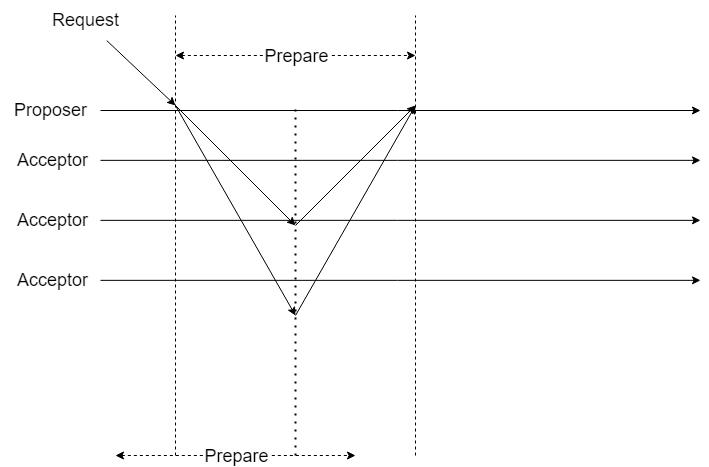
Earlier version of the draw.io export Paxos算法流程.drawio.png (FEDuang/pictures). Source tidied: cells renumbered, new cells last; positions are measured from the earlier drawing's top-left corner, leaving out a move shared by most shapes.
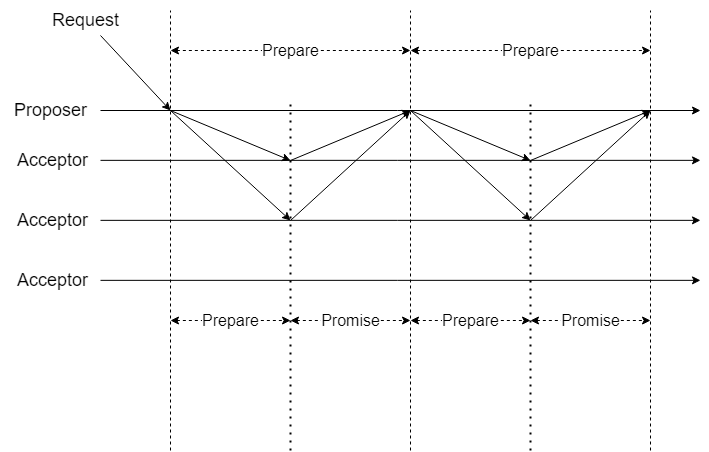
The same file after the commit.

Commit message:
更新Paxos算法流程.drawio.png

The edit, as a diff of the source:
```diff
@@ -38,9 +38,10 @@
     <mxCell id="9" value="&lt;font style=&quot;font-size: 18px;&quot;&gt;&amp;nbsp;Acceptor&lt;br style=&quot;font-size: 18px;&quot;&gt;&lt;/font&gt;" style="text;html=1;align=center;verticalAlign=middle;strokeColor=none;fillColor=none;fontSize=18;" parent="1" vertex="1">
       <mxGeometry y="260" width="100" height="40" as="geometry" />
     </mxCell>
-    <mxCell id="10" style="endArrow=classic;html=1;rounded=0;fontSize=18;" parent="1" edge="1" source="11">
+    <mxCell id="10" style="endArrow=classic;html=1;rounded=0;fontSize=18;" parent="1" edge="1">
       <mxGeometry relative="1" as="geometry">
-        <mxPoint x="175" y="105" as="targetPoint" />
+        <mxPoint x="100" y="35" as="sourcePoint" />
+        <mxPoint x="170" y="110" as="targetPoint" />
       </mxGeometry>
     </mxCell>
     <mxCell id="11" value="Request" style="text;html=1;align=center;verticalAlign=middle;points=[];strokeColor=none;fillColor=none;fontSize=18;" parent="1" vertex="1">
@@ -48,63 +49,135 @@
     </mxCell>
     <mxCell id="12" style="endArrow=none;dashed=1;html=1;rounded=0;fontSize=18;" parent="1" edge="1">
       <mxGeometry relative="1" as="geometry">
-        <mxPoint x="175" y="455" as="sourcePoint" />
-        <mxPoint x="175" y="15" as="targetPoint" />
+        <mxPoint x="170" y="450" as="sourcePoint" />
+        <mxPoint x="170" y="10" as="targetPoint" />
       </mxGeometry>
     </mxCell>
     <mxCell id="13" style="endArrow=classic;html=1;rounded=0;fontSize=18;" parent="1" edge="1">
       <mxGeometry relative="1" as="geometry">
-        <mxPoint x="175" y="105" as="sourcePoint" />
-        <mxPoint x="295" y="225" as="targetPoint" />
+        <mxPoint x="170" y="110" as="sourcePoint" />
+        <mxPoint x="290" y="160" as="targetPoint" />
       </mxGeometry>
     </mxCell>
     <mxCell id="14" style="endArrow=classic;html=1;rounded=0;fontSize=18;" parent="1" edge="1">
       <mxGeometry relative="1" as="geometry">
-        <mxPoint x="175" y="105" as="sourcePoint" />
-        <mxPoint x="295" y="315" as="targetPoint" />
+        <mxPoint x="170" y="110" as="sourcePoint" />
+        <mxPoint x="290" y="220" as="targetPoint" />
       </mxGeometry>
     </mxCell>
     <mxCell id="15" style="endArrow=none;dashed=1;html=1;dashPattern=1 3;strokeWidth=2;rounded=0;fontSize=18;" parent="1" edge="1">
       <mxGeometry relative="1" as="geometry">
-        <mxPoint x="295" y="455" as="sourcePoint" />
-        <mxPoint x="295" y="105" as="targetPoint" />
+        <mxPoint x="290" y="450" as="sourcePoint" />
+        <mxPoint x="290" y="100" as="targetPoint" />
       </mxGeometry>
     </mxCell>
     <mxCell id="16" style="endArrow=none;dashed=1;html=1;rounded=0;fontSize=18;" parent="1" edge="1">
       <mxGeometry relative="1" as="geometry">
-        <mxPoint x="415" y="455" as="sourcePoint" />
-        <mxPoint x="415" y="15" as="targetPoint" />
+        <mxPoint x="410" y="450" as="sourcePoint" />
+        <mxPoint x="410" y="10" as="targetPoint" />
       </mxGeometry>
     </mxCell>
     <mxCell id="17" style="endArrow=classic;html=1;rounded=0;fontSize=18;dashed=1;startArrow=classic;startFill=1;" parent="1" edge="1">
       <mxGeometry relative="1" as="geometry">
-        <mxPoint x="175" y="55" as="sourcePoint" />
-        <mxPoint x="415" y="55" as="targetPoint" />
+        <mxPoint x="170" y="50" as="sourcePoint" />
+        <mxPoint x="410" y="50" as="targetPoint" />
       </mxGeometry>
     </mxCell>
-    <mxCell id="18" value="Prepare" style="edgeLabel;html=1;align=center;verticalAlign=middle;fontSize=18;" parent="17" vertex="1">
+    <mxCell id="18" value="Prepare" style="edgeLabel;html=1;align=center;verticalAlign=middle;fontSize=16;" parent="17" vertex="1">
       <mxGeometry relative="1" as="geometry" />
     </mxCell>
     <mxCell id="19" style="endArrow=classic;html=1;rounded=0;fontSize=18;" parent="1" edge="1">
       <mxGeometry relative="1" as="geometry">
-        <mxPoint x="295" y="225" as="sourcePoint" />
-        <mxPoint x="415" y="105" as="targetPoint" />
+        <mxPoint x="290" y="160" as="sourcePoint" />
+        <mxPoint x="410" y="110" as="targetPoint" />
       </mxGeometry>
     </mxCell>
     <mxCell id="20" style="endArrow=classic;html=1;rounded=0;fontSize=18;" parent="1" edge="1">
       <mxGeometry relative="1" as="geometry">
-        <mxPoint x="295" y="315" as="sourcePoint" />
-        <mxPoint x="415" y="105" as="targetPoint" />
+        <mxPoint x="290" y="220" as="sourcePoint" />
+        <mxPoint x="410" y="110" as="targetPoint" />
       </mxGeometry>
     </mxCell>
     <mxCell id="21" style="endArrow=classic;html=1;rounded=0;fontSize=18;dashed=1;startArrow=classic;startFill=1;" parent="1" edge="1">
       <mxGeometry relative="1" as="geometry">
-        <mxPoint x="115" y="455" as="sourcePoint" />
-        <mxPoint x="355" y="455" as="targetPoint" />
+        <mxPoint x="170" y="320" as="sourcePoint" />
+        <mxPoint x="290" y="320" as="targetPoint" />
       </mxGeometry>
     </mxCell>
-    <mxCell id="22" value="Prepare" style="edgeLabel;html=1;align=center;verticalAlign=middle;fontSize=18;" parent="21" vertex="1">
+    <mxCell id="22" value="Prepare" style="edgeLabel;html=1;align=center;verticalAlign=middle;fontSize=16;" parent="21" vertex="1">
       <mxGeometry relative="1" as="geometry" />
     </mxCell>
+    <mxCell id="23" style="endArrow=classic;html=1;rounded=0;fontSize=18;dashed=1;startArrow=classic;startFill=1;" parent="1" edge="1">
+      <mxGeometry relative="1" as="geometry">
+        <mxPoint x="290" y="320" as="sourcePoint" />
+        <mxPoint x="410" y="320" as="targetPoint" />
+      </mxGeometry>
+    </mxCell>
+    <mxCell id="24" value="Promise" style="edgeLabel;html=1;align=center;verticalAlign=middle;fontSize=16;" parent="23" vertex="1">
+      <mxGeometry relative="1" as="geometry" />
+    </mxCell>
+    <mxCell id="25" style="endArrow=classic;html=1;rounded=0;fontSize=18;" parent="1" edge="1">
+      <mxGeometry relative="1" as="geometry">
+        <mxPoint x="410" y="110" as="sourcePoint" />
+        <mxPoint x="530" y="160" as="targetPoint" />
+      </mxGeometry>
+    </mxCell>
+    <mxCell id="26" style="endArrow=classic;html=1;rounded=0;fontSize=18;" parent="1" edge="1">
+      <mxGeometry relative="1" as="geometry">
+        <mxPoint x="410" y="110" as="sourcePoint" />
+        <mxPoint x="530" y="220" as="targetPoint" />
+      </mxGeometry>
+    </mxCell>
+    <mxCell id="27" style="endArrow=none;dashed=1;html=1;dashPattern=1 3;strokeWidth=2;rounded=0;fontSize=18;" parent="1" edge="1">
+      <mxGeometry relative="1" as="geometry">
+        <mxPoint x="530" y="450" as="sourcePoint" />
+        <mxPoint x="530" y="100" as="targetPoint" />
+      </mxGeometry>
+    </mxCell>
+    <mxCell id="28" style="endArrow=none;dashed=1;html=1;rounded=0;fontSize=18;" parent="1" edge="1">
+      <mxGeometry relative="1" as="geometry">
+        <mxPoint x="650" y="450" as="sourcePoint" />
+        <mxPoint x="650" y="10" as="targetPoint" />
+      </mxGeometry>
+    </mxCell>
+    <mxCell id="29" style="endArrow=classic;html=1;rounded=0;fontSize=18;dashed=1;startArrow=classic;startFill=1;" parent="1" edge="1">
+      <mxGeometry relative="1" as="geometry">
+        <mxPoint x="410" y="50" as="sourcePoint" />
+        <mxPoint x="650" y="50" as="targetPoint" />
+      </mxGeometry>
+    </mxCell>
+    <mxCell id="30" value="Prepare" style="edgeLabel;html=1;align=center;verticalAlign=middle;fontSize=16;" parent="29" vertex="1">
+      <mxGeometry relative="1" as="geometry" />
+    </mxCell>
+    <mxCell id="31" style="endArrow=classic;html=1;rounded=0;fontSize=18;" parent="1" edge="1">
+      <mxGeometry relative="1" as="geometry">
+        <mxPoint x="530" y="160" as="sourcePoint" />
+        <mxPoint x="650" y="110" as="targetPoint" />
+      </mxGeometry>
+    </mxCell>
+    <mxCell id="32" style="endArrow=classic;html=1;rounded=0;fontSize=18;" parent="1" edge="1">
+      <mxGeometry relative="1" as="geometry">
+        <mxPoint x="530" y="220" as="sourcePoint" />
+        <mxPoint x="650" y="110" as="targetPoint" />
+      </mxGeometry>
+    </mxCell>
+    <mxCell id="33" style="endArrow=classic;html=1;rounded=0;fontSize=18;dashed=1;startArrow=classic;startFill=1;" parent="1" edge="1">
+      <mxGeometry relative="1" as="geometry">
+        <mxPoint x="410" y="320" as="sourcePoint" />
+        <mxPoint x="530" y="320" as="targetPoint" />
+      </mxGeometry>
+    </mxCell>
+    <mxCell id="34" value="Prepare" style="edgeLabel;html=1;align=center;verticalAlign=middle;fontSize=16;" parent="33" vertex="1">
+      <mxGeometry relative="1" as="geometry" />
+    </mxCell>
+    <mxCell id="35" style="endArrow=classic;html=1;rounded=0;fontSize=18;dashed=1;startArrow=classic;startFill=1;" parent="1" edge="1">
+      <mxGeometry relative="1" as="geometry">
+        <mxPoint x="530" y="320" as="sourcePoint" />
+        <mxPoint x="650" y="320" as="targetPoint" />
+      </mxGeometry>
+    </mxCell>
+    <mxCell id="36" value="Promise" style="edgeLabel;html=1;align=center;verticalAlign=middle;fontSize=16;" parent="35" vertex="1">
+      <mxGeometry relative="1" as="geometry" />
+    </mxCell>
   </root>
 </mxGraphModel>
```
